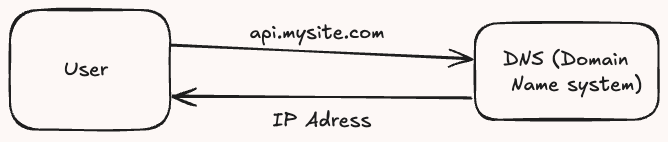
Earlier version of the Excalidraw export notes/system_design_interview_by_alex_xu/images/web_server.excalidraw.png (deepkamalsingh/system-design). Source tidied: one line per element, renumbered; positions are measured from the earlier drawing's top-left corner, leaving out a move shared by most shapes.
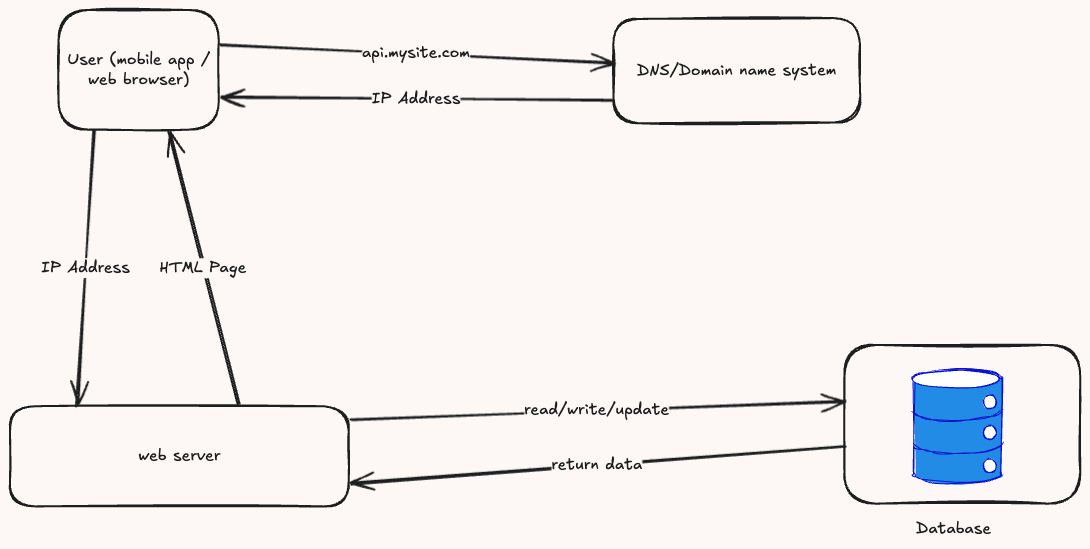
Above is the later version.

What changed in the source:
```diff
@@ -1,8 +1,27 @@
-{"id": 0, "type": "rectangle", "strokeColor": "#1e1e1e", "strokeWidth": 2, "roughness": 1, "round": true, "x": 0, "y": 0, "width": 160, "height": 120}
+{"id": 0, "type": "rectangle", "strokeColor": "#1e1e1e", "strokeWidth": 2, "roughness": 1, "round": true, "x": -12, "y": -134, "width": 160, "height": 120}
-{"id": 1, "type": "text", "text": "User ", "strokeColor": "#1e1e1e", "strokeWidth": 2, "roughness": 1, "fontSize": 20, "fontFamily": 5, "textAlign": "center", "verticalAlign": "middle", "inside": 0, "x": 54, "y": 47, "width": 52, "height": 25}
+{"id": 1, "type": "text", "text": "User (mobile app /\nweb browser)", "strokeColor": "#1e1e1e", "strokeWidth": 2, "roughness": 1, "fontSize": 16, "fontFamily": 5, "textAlign": "center", "verticalAlign": "middle", "inside": 0, "x": -3, "y": -94, "width": 142, "height": 40}
-{"id": 2, "type": "arrow", "strokeColor": "#1e1e1e", "strokeWidth": 2, "roughness": 1, "endArrowhead": "arrow", "round": true, "from": 0, "x": 161, "y": 36, "width": 300, "height": 12, "points": [[0, 0], [300, 12]]}
+{"id": 2, "type": "arrow", "strokeColor": "#1e1e1e", "strokeWidth": 2, "roughness": 1, "endArrowhead": "arrow", "round": true, "from": 0, "to": 11, "x": 149, "y": -99, "width": 393, "height": 17, "points": [[0, 0], [393, 17]]}
-{"id": 3, "type": "text", "text": "api.mysite.com", "strokeColor": "#1e1e1e", "strokeWidth": 2, "roughness": 1, "fontSize": 20, "fontFamily": 5, "x": 240, "y": 11, "width": 135, "height": 25}
+{"id": 3, "type": "text", "text": "api.mysite.com", "strokeColor": "#1e1e1e", "strokeWidth": 2, "roughness": 1, "fontSize": 16, "fontFamily": 5, "textAlign": "center", "verticalAlign": "middle", "inside": 2, "x": 291, "y": -101, "width": 108, "height": 20}
-{"id": 4, "type": "arrow", "strokeColor": "#1e1e1e", "strokeWidth": 2, "roughness": 1, "endArrowhead": "arrow", "round": true, "to": 0, "x": 461, "y": 89, "width": 298, "height": 3, "points": [[0, 0], [-298, -3]]}
+{"id": 4, "type": "arrow", "strokeColor": "#1e1e1e", "strokeWidth": 2, "roughness": 1, "endArrowhead": "arrow", "round": true, "from": 11, "to": 0, "x": 541, "y": -43, "width": 391, "height": 5, "points": [[0, 0], [-391, -5]]}
-{"id": 5, "type": "text", "text": "IP Adress", "strokeColor": "#1e1e1e", "strokeWidth": 2, "roughness": 1, "fontSize": 20, "fontFamily": 5, "x": 262, "y": 98, "width": 99, "height": 25}
-{"id": 6, "type": "rectangle", "strokeColor": "#1e1e1e", "strokeWidth": 2, "roughness": 1, "round": true, "x": 465, "y": 13, "width": 184, "height": 97}
-{"id": 7, "type": "text", "text": "DNS (Domain\n Name system)", "strokeColor": "#1e1e1e", "strokeWidth": 2, "roughness": 1, "fontSize": 20, "fontFamily": 5, "x": 493, "y": 37, "width": 139, "height": 50}
+{"id": 8, "type": "text", "text": "IP Address", "strokeColor": "#1e1e1e", "strokeWidth": 2, "roughness": 1, "fontSize": 16, "fontFamily": 5, "textAlign": "center", "verticalAlign": "middle", "inside": 4, "x": 301, "y": -55, "width": 89, "height": 20}
+{"id": 9, "type": "rectangle", "strokeColor": "#1e1e1e", "strokeWidth": 2, "roughness": 1, "round": true, "x": -61, "y": 263, "width": 339, "height": 100}
+{"id": 10, "type": "text", "text": "web server", "strokeColor": "#1e1e1e", "strokeWidth": 2, "roughness": 1, "fontSize": 16, "fontFamily": 5, "textAlign": "center", "verticalAlign": "middle", "inside": 9, "x": 67, "y": 303, "width": 82, "height": 20}
+{"id": 11, "type": "rectangle", "strokeColor": "#1e1e1e", "angle": 6.28, "strokeWidth": 2, "roughness": 1, "round": true, "x": 542, "y": -125, "width": 247, "height": 104}
+{"id": 12, "type": "text", "text": "DNS/Domain name system", "strokeColor": "#1e1e1e", "angle": 6.28, "strokeWidth": 2, "roughness": 1, "fontSize": 16, "fontFamily": 5, "textAlign": "center", "verticalAlign": "middle", "inside": 11, "x": 566, "y": -83, "width": 199, "height": 20}
+{"id": 13, "type": "arrow", "strokeColor": "#1e1e1e", "strokeWidth": 2, "roughness": 1, "endArrowhead": "arrow", "round": true, "from": 0, "to": 9, "x": 24, "y": -13, "width": 19, "height": 276, "points": [[0, 0], [-19, 276]]}
+{"id": 14, "type": "text", "text": "IP Address", "strokeColor": "#1e1e1e", "strokeWidth": 2, "roughness": 1, "fontSize": 16, "fontFamily": 5, "textAlign": "center", "verticalAlign": "middle", "inside": 13, "x": -11, "y": 94, "width": 89, "height": 20}
+{"id": 15, "type": "arrow", "strokeColor": "#1e1e1e", "strokeWidth": 2, "roughness": 1, "endArrowhead": "arrow", "round": true, "from": 9, "to": 0, "x": 167, "y": 262, "width": 70, "height": 275, "points": [[0, 0], [-70, -275]]}
+{"id": 16, "type": "text", "text": "HTML Page", "strokeColor": "#1e1e1e", "strokeWidth": 2, "roughness": 1, "fontSize": 16, "fontFamily": 5, "textAlign": "center", "verticalAlign": "middle", "inside": 15, "x": 86, "y": 123, "width": 87, "height": 20}
+{"id": 17, "type": "line", "strokeColor": "#0a11d3", "backgroundColor": "#228be6", "fillStyle": "solid", "strokeWidth": 1, "roughness": 1, "round": true, "x": 842, "y": 235, "width": 88, "height": 114, "points": [[0, 0], [0, 86], [0, 96], [5, 100], [20, 104], [47, 105], [72, 103], [86, 99], [88, 95], [88, 87], [88, 7], [87, 0], [82, -5], [70, -7], [43, -9], [21, -8], [4, -4], [0, 0], [0, 0]]}
+{"id": 18, "type": "line", "strokeColor": "#0a11d3", "strokeWidth": 1, "roughness": 1, "round": true, "x": 843, "y": 300, "width": 88, "height": 10, "points": [[0, 0], [2, 4], [12, 7], [26, 9], [47, 9], [71, 8], [85, 3], [88, 0]]}
+{"id": 19, "type": "line", "strokeColor": "#0a11d3", "strokeWidth": 1, "roughness": 1, "round": true, "x": 842, "y": 267, "width": 88, "height": 10, "points": [[0, 0], [2, 4], [12, 7], [26, 9], [47, 9], [71, 8], [85, 3], [88, 0]]}
+{"id": 20, "type": "ellipse", "strokeColor": "#0a11d3", "backgroundColor": "#fff", "fillStyle": "solid", "strokeWidth": 1, "roughness": 1, "x": 841, "y": 227, "width": 88, "height": 18}
+{"id": 21, "type": "ellipse", "strokeColor": "#0a11d3", "backgroundColor": "#fff", "fillStyle": "solid", "strokeWidth": 1, "roughness": 1, "x": 912, "y": 251, "width": 13, "height": 14}
+{"id": 22, "type": "ellipse", "strokeColor": "#0a11d3", "backgroundColor": "#fff", "fillStyle": "solid", "strokeWidth": 1, "roughness": 1, "x": 912, "y": 282, "width": 13, "height": 14}
+{"id": 23, "type": "ellipse", "strokeColor": "#0a11d3", "backgroundColor": "#fff", "fillStyle": "solid", "strokeWidth": 1, "roughness": 1, "x": 912, "y": 315, "width": 13, "height": 14}
+{"id": 24, "type": "text", "text": "Database", "strokeColor": "#1e1e1e", "strokeWidth": 2, "roughness": 1, "fontSize": 16, "fontFamily": 5, "x": 845, "y": 376, "width": 132, "height": 20}
+{"id": 25, "type": "arrow", "strokeColor": "#1e1e1e", "strokeWidth": 2, "roughness": 1, "endArrowhead": "arrow", "round": true, "from": 9, "to": 29, "x": 279, "y": 276, "width": 494, "height": 19, "points": [[0, 0], [494, -19]]}
+{"id": 26, "type": "text", "text": "read/write/update", "strokeColor": "#1e1e1e", "strokeWidth": 2, "roughness": 1, "fontSize": 16, "fontFamily": 5, "textAlign": "center", "verticalAlign": "middle", "inside": 25, "x": 418, "y": 269, "width": 145, "height": 20}
+{"id": 27, "type": "arrow", "strokeColor": "#1e1e1e", "strokeWidth": 2, "roughness": 1, "endArrowhead": "arrow", "round": true, "from": 29, "to": 9, "x": 773, "y": 302, "width": 493, "height": 38, "points": [[0, 0], [-493, 38]]}
+{"id": 28, "type": "text", "text": "return data", "strokeColor": "#1e1e1e", "strokeWidth": 2, "roughness": 1, "fontSize": 16, "fontFamily": 5, "textAlign": "center", "verticalAlign": "middle", "inside": 27, "x": 441, "y": 302, "width": 91, "height": 20}
+{"id": 29, "type": "rectangle", "strokeColor": "#1e1e1e", "strokeWidth": 2, "roughness": 1, "round": true, "x": 773, "y": 201, "width": 236, "height": 159}
```
